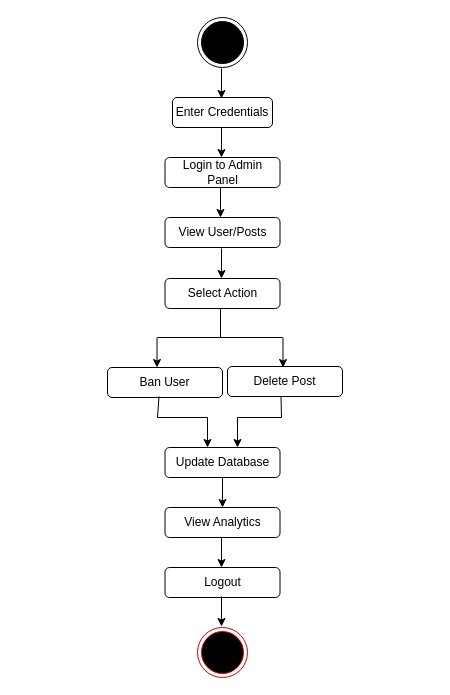
Above: Activity_Diagram_Admin.drawio in abubakar8866/Connectify (draw.io), before the change. Source tidied: cells renumbered, new cells numbered last; positions are measured from the earlier drawing's top-left corner, leaving out a move shared by most shapes. Both pictures are drawn from the tidied source at 100%, with x=0, y=0 at pixel (107, 17).
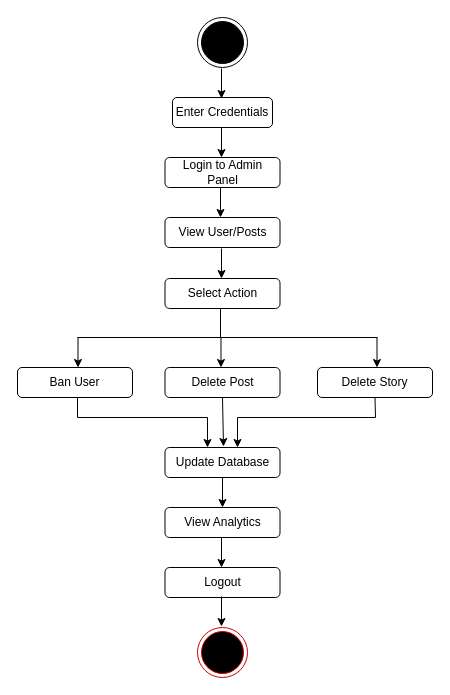
The same diagram, later.

Change to the diagram source:
```diff
@@
     <mxCell id="12" style="endArrow=none;html=1;rounded=0;" parent="1" edge="1">
       <mxGeometry relative="1" as="geometry">
-        <mxPoint x="50" y="320" as="sourcePoint" />
+        <mxPoint x="-30" y="320" as="sourcePoint" />
         <mxPoint x="113" y="320" as="targetPoint" />
       </mxGeometry>
     </mxCell>
     <mxCell id="13" style="endArrow=none;html=1;rounded=0;" parent="1" edge="1">
       <mxGeometry relative="1" as="geometry">
         <mxPoint x="112" y="320" as="sourcePoint" />
-        <mxPoint x="175" y="320" as="targetPoint" />
+        <mxPoint x="270" y="320" as="targetPoint" />
       </mxGeometry>
     </mxCell>
     <mxCell id="14" value="Ban User" style="rounded=1;whiteSpace=wrap;html=1;" parent="1" vertex="1">
-      <mxGeometry y="350" width="115" height="30" as="geometry" />
+      <mxGeometry x="-90" y="350" width="115" height="30" as="geometry" />
     </mxCell>
     <mxCell id="15" value="Delete Post" style="rounded=1;whiteSpace=wrap;html=1;" parent="1" vertex="1">
-      <mxGeometry x="120" y="349" width="115" height="30" as="geometry" />
+      <mxGeometry x="57.5" y="350" width="115" height="30" as="geometry" />
     </mxCell>
     <mxCell id="16" style="endArrow=classic;html=1;rounded=0;" parent="1" edge="1">
       <mxGeometry relative="1" as="geometry">
-        <mxPoint x="49.5" y="320" as="sourcePoint" />
-        <mxPoint x="49.5" y="350" as="targetPoint" />
+        <mxPoint x="-29.5" y="320" as="sourcePoint" />
+        <mxPoint x="-29.5" y="350" as="targetPoint" />
       </mxGeometry>
     </mxCell>
     <mxCell id="17" style="endArrow=classic;html=1;rounded=0;" parent="1" edge="1">
       <mxGeometry relative="1" as="geometry">
-        <mxPoint x="175.5" y="320" as="sourcePoint" />
-        <mxPoint x="175.5" y="350" as="targetPoint" />
+        <mxPoint x="269.5" y="320" as="sourcePoint" />
+        <mxPoint x="269.5" y="350" as="targetPoint" />
       </mxGeometry>
     </mxCell>
     <mxCell id="18" style="endArrow=classic;html=1;rounded=0;" parent="1" edge="1">
       <mxGeometry relative="1" as="geometry">
-        <mxPoint x="51.5" y="379" as="sourcePoint" />
+        <mxPoint x="-30" y="380" as="sourcePoint" />
         <mxPoint x="100" y="430" as="targetPoint" />
         <Array as="points">
-          <mxPoint x="50" y="400" />
+          <mxPoint x="-30" y="400" />
           <mxPoint x="100" y="400" />
         </Array>
       </mxGeometry>
     </mxCell>
-    <mxCell id="19" style="endArrow=classic;html=1;rounded=0;" parent="1" edge="1">
+    <mxCell id="19" style="endArrow=classic;html=1;rounded=0;exitX=0.5;exitY=1;exitDx=0;exitDy=0;" parent="1" edge="1" source="27">
       <mxGeometry relative="1" as="geometry">
-        <mxPoint x="173.5" y="379" as="sourcePoint" />
         <mxPoint x="130" y="430" as="targetPoint" />
         <Array as="points">
-          <mxPoint x="174" y="400" />
+          <mxPoint x="268" y="400" />
           <mxPoint x="130" y="400" />
         </Array>
       </mxGeometry>
     </mxCell>
@@
+    <mxCell id="27" value="Delete Story" style="rounded=1;whiteSpace=wrap;html=1;" parent="1" vertex="1">
+      <mxGeometry x="210" y="350" width="115" height="30" as="geometry" />
+    </mxCell>
+    <mxCell id="28" style="endArrow=classic;html=1;rounded=0;" parent="1" edge="1">
+      <mxGeometry relative="1" as="geometry">
+        <mxPoint x="113.5" y="320" as="sourcePoint" />
+        <mxPoint x="113.5" y="350" as="targetPoint" />
+      </mxGeometry>
+    </mxCell>
+    <mxCell id="29" style="endArrow=classic;html=1;rounded=0;exitX=0.5;exitY=1;exitDx=0;exitDy=0;" parent="1" edge="1" source="15">
+      <mxGeometry relative="1" as="geometry">
+        <mxPoint x="116" y="429" as="targetPoint" />
+      </mxGeometry>
+    </mxCell>
```
